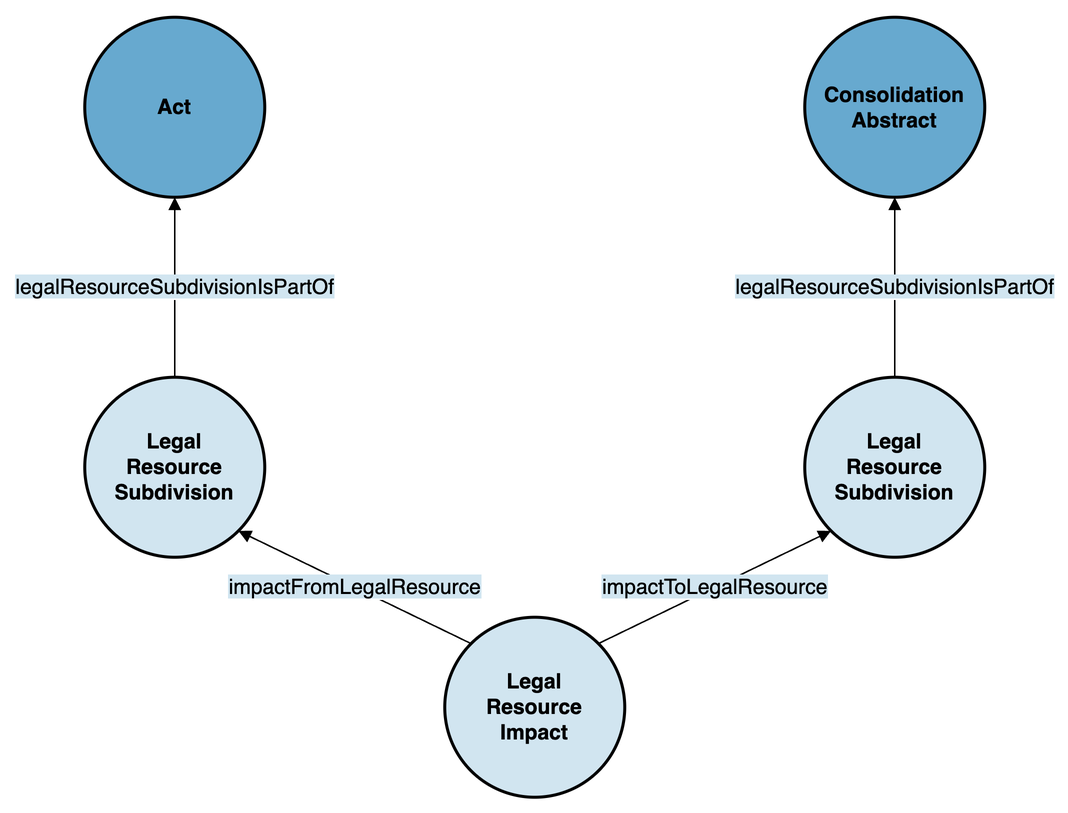
swiss/fedlex-jolux keeps this draw.io diagram as doc/img/impact.png. Above is the earlier version. Source tidied: cells renumbered, new cells last; positions are measured from the earlier drawing's top-left corner, leaving out a move shared by most shapes.
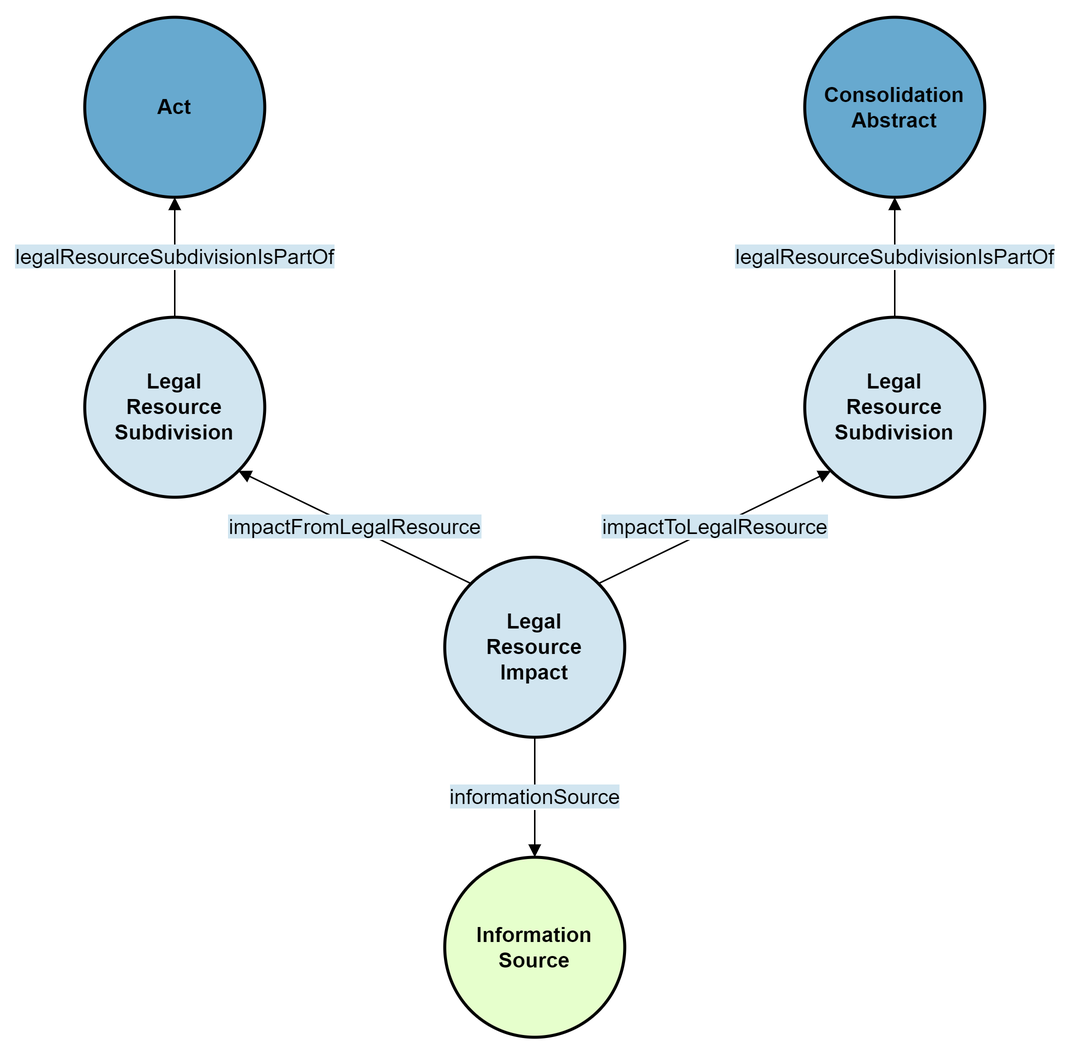
Later version of the same file.

Commit message:
add information-sources voc

The edit, as a diff of the source:
```diff
@@ -3,7 +3,7 @@
     <mxCell id="0" />
     <mxCell id="1" parent="0" />
     <mxCell id="2" value="&lt;b&gt;Act&lt;br&gt;&lt;/b&gt;" style="ellipse;whiteSpace=wrap;html=1;rounded=0;shadow=0;glass=0;comic=0;strokeColor=#000000;strokeWidth=2;fillColor=#67A9CF;gradientColor=none;fontSize=14;fontColor=#000000;align=center;" parent="1" vertex="1">
-      <mxGeometry width="120" height="120" as="geometry" />
+      <mxGeometry y="40" width="120" height="120" as="geometry" />
     </mxCell>
     <mxCell id="3" value="&lt;b&gt;Legal&lt;br&gt;Resource&lt;br&gt;Impact&lt;/b&gt;" style="ellipse;whiteSpace=wrap;html=1;rounded=0;shadow=0;glass=0;comic=0;strokeColor=#000000;strokeWidth=2;fillColor=#D1E5F0;gradientColor=none;fontSize=14;fontColor=#000000;align=center;" parent="1" vertex="1">
       <mxGeometry x="240" y="400" width="120" height="120" as="geometry" />
@@ -12,7 +12,7 @@
       <mxGeometry y="240" width="120" height="120" as="geometry" />
     </mxCell>
     <mxCell id="5" value="&lt;b&gt;Consolidation&lt;br&gt;Abstract&lt;br&gt;&lt;/b&gt;" style="ellipse;whiteSpace=wrap;html=1;rounded=0;shadow=0;glass=0;comic=0;strokeColor=#000000;strokeWidth=2;fillColor=#67A9CF;gradientColor=none;fontSize=14;fontColor=#000000;align=center;" parent="1" vertex="1">
-      <mxGeometry x="480" width="120" height="120" as="geometry" />
+      <mxGeometry x="480" y="40" width="120" height="120" as="geometry" />
     </mxCell>
     <mxCell id="6" value="&lt;b&gt;Legal&lt;br&gt;Resource&lt;br&gt;Subdivision&lt;/b&gt;" style="ellipse;whiteSpace=wrap;html=1;rounded=0;shadow=0;glass=0;comic=0;strokeColor=#000000;strokeWidth=2;fillColor=#D1E5F0;gradientColor=none;fontSize=14;fontColor=#000000;align=center;" parent="1" vertex="1">
       <mxGeometry x="480" y="240" width="120" height="120" as="geometry" />
@@ -29,5 +29,11 @@
     <mxCell id="10" value="&lt;span style=&quot;background-color: rgb(209, 229, 240);&quot;&gt;legalResourceSubdivisionIsPartOf&lt;/span&gt;" style="endArrow=block;html=1;strokeColor=#000000;fontSize=14;fontColor=#000000;endFill=1;entryX=0.5;entryY=1;entryDx=0;entryDy=0;exitX=0.5;exitY=0;exitDx=0;exitDy=0;" parent="1" edge="1" source="6" target="5">
       <mxGeometry relative="1" as="geometry" />
     </mxCell>
+    <mxCell id="11" value="&lt;b&gt;Information&lt;br&gt;Source&lt;/b&gt;" style="ellipse;whiteSpace=wrap;html=1;rounded=0;shadow=0;glass=0;comic=0;strokeColor=#000000;strokeWidth=2;fillColor=#E6FFCC;gradientColor=none;fontSize=14;fontColor=#000000;align=center;" parent="1" vertex="1">
+      <mxGeometry x="240" y="600" width="120" height="120" as="geometry" />
+    </mxCell>
+    <mxCell id="12" value="&lt;span style=&quot;background-color: rgb(209, 229, 240);&quot;&gt;informationSource&lt;/span&gt;" style="endArrow=block;html=1;strokeColor=#000000;fontSize=14;fontColor=#000000;endFill=1;entryX=0.5;entryY=0;entryDx=0;entryDy=0;exitX=0.5;exitY=1;exitDx=0;exitDy=0;" parent="1" edge="1" source="3" target="11">
+      <mxGeometry relative="1" as="geometry" />
+    </mxCell>
   </root>
 </mxGraphModel>
```
